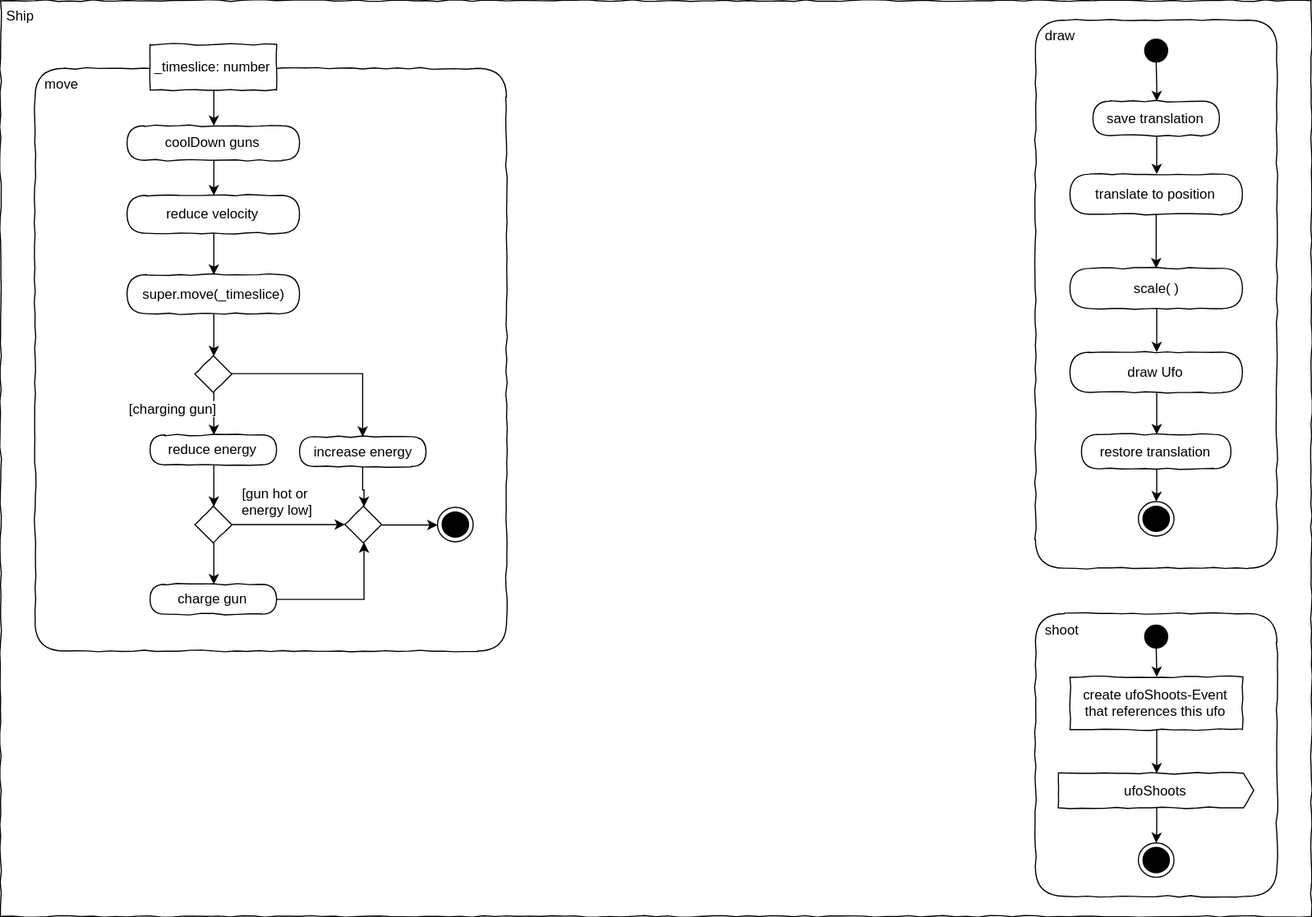
Earlier version of the draw.io export X01_Appendix/Code/L12_Addition/eiaSteroids/Documentation/Diagrams/Asteroids_ActivityDiagram-Ship.svg (JirkaDellOro/EIA2-Inverted). Source tidied: cells renumbered, new cells last; positions are measured from the earlier drawing's top-left corner, leaving out a move shared by most shapes.
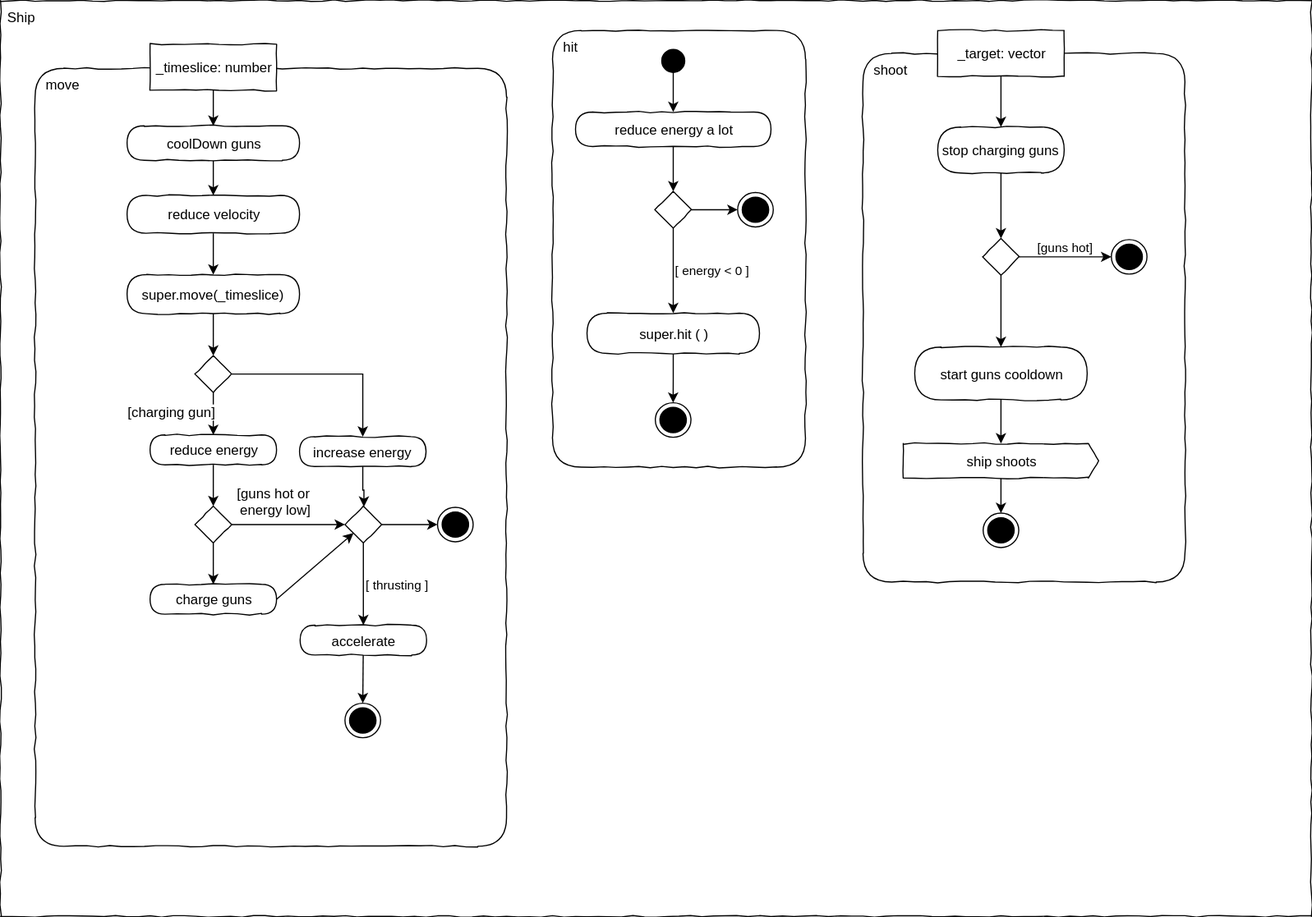
The same file after the commit.

Commit message:
finalized ship & ufo diagrams

Diff of the diagram source:
```diff
@@ -15,44 +15,23 @@
         <mxPoint x="950" y="556" as="sourcePoint" />
       </mxGeometry>
     </mxCell>
-    <mxCell id="5" value="&lt;div style=&quot;text-align: left&quot;&gt;&amp;nbsp; draw&lt;/div&gt;" style="rounded=1;whiteSpace=wrap;html=1;shadow=0;glass=0;comic=1;strokeColor=#000000;labelPosition=center;verticalLabelPosition=middle;align=left;verticalAlign=top;absoluteArcSize=1;arcSize=50;" parent="1" vertex="1">
-      <mxGeometry x="900" y="17" width="210" height="477" as="geometry" />
+    <mxCell id="5" value="&lt;div style=&quot;text-align: left&quot;&gt;&amp;nbsp; hit&lt;/div&gt;" style="rounded=1;whiteSpace=wrap;html=1;shadow=0;glass=0;comic=1;strokeColor=#000000;labelPosition=center;verticalLabelPosition=middle;align=left;verticalAlign=top;absoluteArcSize=1;arcSize=50;" parent="1" vertex="1">
+      <mxGeometry x="480" y="26" width="220" height="380" as="geometry" />
     </mxCell>
-    <mxCell id="6" style="edgeStyle=orthogonalEdgeStyle;rounded=0;jettySize=auto;html=1;" parent="1" edge="1" source="13" target="7">
-      <mxGeometry relative="1" as="geometry" />
-    </mxCell>
-    <mxCell id="7" value="translate to position" style="rounded=1;whiteSpace=wrap;html=1;absoluteArcSize=1;arcSize=50;strokeWidth=1;shadow=0;comic=1;" parent="1" vertex="1">
-      <mxGeometry x="930" y="151" width="150" height="35" as="geometry" />
-    </mxCell>
-    <mxCell id="8" style="ellipse;html=1;shape=endState;fillColor=#000000;strokeColor=#000000;comic=1;" parent="1" vertex="1">
-      <mxGeometry x="989.5" y="436" width="31" height="30" as="geometry" />
-    </mxCell>
-    <mxCell id="9" style="edgeStyle=orthogonalEdgeStyle;rounded=0;jettySize=auto;html=1;" parent="1" edge="1" source="15" target="8">
-      <mxGeometry relative="1" as="geometry" />
-    </mxCell>
-    <mxCell id="10" value="draw Ufo" style="rounded=1;whiteSpace=wrap;html=1;absoluteArcSize=1;arcSize=50;strokeWidth=1;shadow=0;comic=1;" parent="1" vertex="1">
-      <mxGeometry x="930" y="306" width="150" height="35" as="geometry" />
-    </mxCell>
-    <mxCell id="11" style="edgeStyle=orthogonalEdgeStyle;rounded=0;jettySize=auto;html=1;" parent="1" edge="1" source="38" target="10">
+    <mxCell id="11" style="edgeStyle=orthogonalEdgeStyle;rounded=0;jettySize=auto;html=1;" parent="1" edge="1" source="38" target="61">
       <mxGeometry relative="1" as="geometry" />
     </mxCell>
     <mxCell id="12" style="ellipse;whiteSpace=wrap;html=1;rounded=0;shadow=0;comic=0;labelBackgroundColor=none;strokeColor=#000000;strokeWidth=1;fillColor=#000000;fontFamily=Verdana;fontSize=12;fontColor=#000000;align=center;comic=1;" parent="1" vertex="1">
-      <mxGeometry x="995" y="33.5" width="20" height="20" as="geometry" />
+      <mxGeometry x="575" y="42.5" width="20" height="20" as="geometry" />
     </mxCell>
-    <mxCell id="13" value="save translation" style="rounded=1;whiteSpace=wrap;html=1;absoluteArcSize=1;arcSize=50;strokeWidth=1;shadow=0;comic=1;" parent="1" vertex="1">
-      <mxGeometry x="950" y="87.5" width="110" height="30" as="geometry" />
+    <mxCell id="13" value="reduce energy a lot" style="rounded=1;whiteSpace=wrap;html=1;absoluteArcSize=1;arcSize=50;strokeWidth=1;shadow=0;comic=1;" parent="1" vertex="1">
+      <mxGeometry x="500" y="97" width="170" height="30" as="geometry" />
     </mxCell>
     <mxCell id="14" style="edgeStyle=orthogonalEdgeStyle;rounded=0;jettySize=auto;html=1;" parent="1" edge="1" source="12" target="13">
       <mxGeometry relative="1" as="geometry" />
     </mxCell>
-    <mxCell id="15" value="restore translation" style="rounded=1;whiteSpace=wrap;html=1;absoluteArcSize=1;arcSize=50;strokeWidth=1;shadow=0;comic=1;" parent="1" vertex="1">
-      <mxGeometry x="940" y="377.5" width="130" height="30" as="geometry" />
-    </mxCell>
-    <mxCell id="16" style="edgeStyle=orthogonalEdgeStyle;rounded=0;jettySize=auto;html=1;" parent="1" edge="1" source="10" target="15">
-      <mxGeometry relative="1" as="geometry" />
-    </mxCell>
     <mxCell id="17" value="&lt;div style=&quot;text-align: left&quot;&gt;&amp;nbsp; move&lt;/div&gt;" style="rounded=1;whiteSpace=wrap;html=1;shadow=0;glass=0;comic=1;strokeColor=#000000;labelPosition=center;verticalLabelPosition=middle;align=left;verticalAlign=top;absoluteArcSize=1;arcSize=50;" parent="1" vertex="1">
-      <mxGeometry x="30" y="59" width="410" height="507" as="geometry" />
+      <mxGeometry x="30" y="59" width="410" height="677" as="geometry" />
     </mxCell>
     <mxCell id="18" style="edgeStyle=orthogonalEdgeStyle;rounded=0;jettySize=auto;html=1;" parent="1" edge="1" source="22" target="19">
       <mxGeometry relative="1" as="geometry" />
@@ -76,25 +55,22 @@
       <mxGeometry x="130" y="38" width="110" height="40" as="geometry" />
     </mxCell>
     <mxCell id="25" value="&lt;div style=&quot;text-align: left&quot;&gt;&amp;nbsp; shoot&lt;/div&gt;" style="rounded=1;whiteSpace=wrap;html=1;shadow=0;glass=0;comic=1;strokeColor=#000000;labelPosition=center;verticalLabelPosition=middle;align=left;verticalAlign=top;absoluteArcSize=1;arcSize=50;" parent="1" vertex="1">
-      <mxGeometry x="900" y="533.5" width="210" height="246" as="geometry" />
+      <mxGeometry x="750" y="46" width="280" height="460" as="geometry" />
     </mxCell>
-    <mxCell id="26" value="create ufoShoots-Event that references this ufo" style="rounded=0;whiteSpace=wrap;html=1;comic=1;shadow=0;fontFamily=Helvetica;fontSize=12;fontColor=#000000;align=center;strokeColor=#000000;strokeWidth=1;fillColor=#ffffff;" parent="1" vertex="1">
-      <mxGeometry x="930" y="588.5" width="150" height="46" as="geometry" />
+    <mxCell id="26" value="start guns cooldown" style="rounded=1;whiteSpace=wrap;html=1;absoluteArcSize=1;arcSize=50;strokeWidth=1;shadow=0;comic=1;fontFamily=Helvetica;fontSize=12;fontColor=#000000;align=center;strokeColor=#000000;fillColor=#ffffff;" parent="1" vertex="1">
+      <mxGeometry x="795" y="301.5" width="150" height="46" as="geometry" />
     </mxCell>
     <mxCell id="27" style="ellipse;html=1;shape=endState;fillColor=#000000;strokeColor=#000000;comic=1;" parent="1" vertex="1">
-      <mxGeometry x="989.5" y="733" width="31" height="30" as="geometry" />
+      <mxGeometry x="854.5" y="446" width="31" height="30" as="geometry" />
     </mxCell>
     <mxCell id="28" style="edgeStyle=orthogonalEdgeStyle;rounded=0;jettySize=auto;html=1;" parent="1" edge="1" source="31" target="27">
       <mxGeometry relative="1" as="geometry" />
     </mxCell>
-    <mxCell id="29" style="edgeStyle=orthogonalEdgeStyle;rounded=0;jettySize=auto;html=1;" parent="1" edge="1" source="30" target="26">
+    <mxCell id="29" style="edgeStyle=orthogonalEdgeStyle;rounded=0;jettySize=auto;html=1;" parent="1" edge="1" source="63" target="26">
       <mxGeometry relative="1" as="geometry" />
     </mxCell>
-    <mxCell id="30" style="ellipse;whiteSpace=wrap;html=1;rounded=0;shadow=0;comic=0;labelBackgroundColor=none;strokeColor=#000000;strokeWidth=1;fillColor=#000000;fontFamily=Verdana;fontSize=12;fontColor=#000000;align=center;comic=1;" parent="1" vertex="1">
-      <mxGeometry x="995" y="543.5" width="20" height="20" as="geometry" />
-    </mxCell>
-    <mxCell id="31" value="ufoShoots" style="html=1;shape=mxgraph.sysml.sendSigAct;strokeWidth=1;whiteSpace=wrap;align=center;shadow=0;comic=1;fontFamily=Helvetica;fontSize=12;fontColor=#000000;strokeColor=#000000;fillColor=#ffffff;" parent="1" vertex="1">
-      <mxGeometry x="920" y="672.5" width="170" height="30" as="geometry" />
+    <mxCell id="31" value="ship shoots" style="html=1;shape=mxgraph.sysml.sendSigAct;strokeWidth=1;whiteSpace=wrap;align=center;shadow=0;comic=1;fontFamily=Helvetica;fontSize=12;fontColor=#000000;strokeColor=#000000;fillColor=#ffffff;" parent="1" vertex="1">
+      <mxGeometry x="785" y="385.5" width="170" height="30" as="geometry" />
     </mxCell>
     <mxCell id="32" style="edgeStyle=orthogonalEdgeStyle;rounded=0;jettySize=auto;html=1;" parent="1" edge="1" source="26" target="31">
       <mxGeometry relative="1" as="geometry" />
@@ -114,11 +90,13 @@
     <mxCell id="37" style="edgeStyle=orthogonalEdgeStyle;rounded=0;jettySize=auto;html=1;" parent="1" edge="1" source="19" target="35">
       <mxGeometry relative="1" as="geometry" />
     </mxCell>
-    <mxCell id="38" value="scale( )" style="rounded=1;whiteSpace=wrap;html=1;absoluteArcSize=1;arcSize=50;strokeWidth=1;shadow=0;comic=1;" parent="1" vertex="1">
-      <mxGeometry x="930" y="233" width="150" height="35" as="geometry" />
+    <mxCell id="38" value="super.hit ( )" style="rounded=1;whiteSpace=wrap;html=1;absoluteArcSize=1;arcSize=50;strokeWidth=1;shadow=0;comic=1;" parent="1" vertex="1">
+      <mxGeometry x="510" y="272" width="150" height="35" as="geometry" />
     </mxCell>
-    <mxCell id="39" style="edgeStyle=orthogonalEdgeStyle;rounded=0;jettySize=auto;html=1;" parent="1" edge="1" source="7" target="38">
-      <mxGeometry relative="1" as="geometry" />
+    <mxCell id="39" value="[ energy &amp;lt; 0 ]" style="edgeStyle=orthogonalEdgeStyle;rounded=0;jettySize=auto;html=1;labelPosition=right;verticalLabelPosition=middle;align=left;verticalAlign=middle;" parent="1" edge="1" target="38">
+      <mxGeometry relative="1" as="geometry">
+        <mxPoint x="585" y="195" as="sourcePoint" />
+      </mxGeometry>
     </mxCell>
     <mxCell id="40" style="rhombus;whiteSpace=wrap;html=1;rounded=0;shadow=0;glass=0;comic=1;strokeColor=#000000;align=left;" parent="1" vertex="1">
       <mxGeometry x="169" y="309" width="32" height="32" as="geometry" />
@@ -129,9 +107,9 @@
     <mxCell id="42" style="edgeStyle=orthogonalEdgeStyle;rounded=0;jettySize=auto;html=1;" parent="1" edge="1" source="45" target="49">
       <mxGeometry relative="1" as="geometry" />
     </mxCell>
-    <mxCell id="43" value="[gun hot or&amp;nbsp;&lt;br&gt;energy low]" style="text;html=1;align=center;verticalAlign=bottom;labelBackgroundColor=#ffffff;" parent="42" vertex="1">
+    <mxCell id="43" value="[guns hot or&amp;nbsp;&lt;br&gt;energy low]" style="text;html=1;align=center;verticalAlign=bottom;labelBackgroundColor=#ffffff;" parent="42" vertex="1">
       <mxGeometry x="-0.33" y="-1" relative="1" as="geometry">
-        <mxPoint x="5.5" y="-6" as="offset" />
+        <mxPoint x="4.5" y="-6" as="offset" />
       </mxGeometry>
     </mxCell>
     <mxCell id="44" style="edgeStyle=orthogonalEdgeStyle;rounded=0;jettySize=auto;html=1;" parent="1" edge="1" source="45" target="52">
@@ -149,17 +127,65 @@
     <mxCell id="48" style="edgeStyle=orthogonalEdgeStyle;rounded=0;jettySize=auto;html=1;" parent="1" edge="1" source="49" target="20">
       <mxGeometry relative="1" as="geometry" />
     </mxCell>
+    <mxCell id="53" value="[ thrusting ]" style="edgeStyle=none;rounded=0;jettySize=auto;html=1;labelPosition=right;verticalLabelPosition=middle;align=left;verticalAlign=middle;" parent="1" edge="1" source="49" target="55">
+      <mxGeometry relative="1" as="geometry" />
+    </mxCell>
     <mxCell id="49" style="rhombus;whiteSpace=wrap;html=1;rounded=0;shadow=0;glass=0;comic=1;strokeColor=#000000;align=left;" parent="1" vertex="1">
       <mxGeometry x="299.5" y="440" width="32" height="32" as="geometry" />
     </mxCell>
     <mxCell id="50" style="edgeStyle=orthogonalEdgeStyle;rounded=0;jettySize=auto;html=1;" parent="1" edge="1" source="47" target="49">
       <mxGeometry relative="1" as="geometry" />
     </mxCell>
-    <mxCell id="51" style="edgeStyle=orthogonalEdgeStyle;rounded=0;jettySize=auto;html=1;" parent="1" edge="1" source="52" target="49">
+    <mxCell id="51" style="rounded=0;jettySize=auto;html=1;exitX=1;exitY=0.5;exitDx=0;exitDy=0;" parent="1" edge="1" source="52" target="49">
       <mxGeometry relative="1" as="geometry" />
     </mxCell>
-    <mxCell id="52" value="charge gun" style="rounded=1;whiteSpace=wrap;html=1;absoluteArcSize=1;arcSize=50;strokeWidth=1;shadow=0;comic=1;" parent="1" vertex="1">
+    <mxCell id="52" value="charge guns" style="rounded=1;whiteSpace=wrap;html=1;absoluteArcSize=1;arcSize=50;strokeWidth=1;shadow=0;comic=1;" parent="1" vertex="1">
       <mxGeometry x="130" y="508" width="110" height="26" as="geometry" />
     </mxCell>
+    <mxCell id="54" style="edgeStyle=none;rounded=0;jettySize=auto;html=1;" parent="1" edge="1" source="55" target="56">
+      <mxGeometry relative="1" as="geometry" />
+    </mxCell>
+    <mxCell id="55" value="accelerate" style="rounded=1;whiteSpace=wrap;html=1;absoluteArcSize=1;arcSize=50;strokeWidth=1;shadow=0;comic=1;" parent="1" vertex="1">
+      <mxGeometry x="260.5" y="543.5" width="110" height="26" as="geometry" />
+    </mxCell>
+    <mxCell id="56" style="ellipse;html=1;shape=endState;fillColor=#000000;strokeColor=#000000;comic=1;" parent="1" vertex="1">
+      <mxGeometry x="299.5" y="611.5" width="31" height="30" as="geometry" />
+    </mxCell>
+    <mxCell id="57" style="rhombus;whiteSpace=wrap;html=1;rounded=0;shadow=0;glass=0;comic=1;strokeColor=#000000;align=left;" parent="1" vertex="1">
+      <mxGeometry x="569" y="166" width="32" height="32" as="geometry" />
+    </mxCell>
+    <mxCell id="58" style="edgeStyle=orthogonalEdgeStyle;rounded=0;jettySize=auto;html=1;" parent="1" edge="1" source="13" target="57">
+      <mxGeometry relative="1" as="geometry" />
+    </mxCell>
+    <mxCell id="59" style="ellipse;html=1;shape=endState;fillColor=#000000;strokeColor=#000000;comic=1;" parent="1" vertex="1">
+      <mxGeometry x="641" y="167" width="31" height="30" as="geometry" />
+    </mxCell>
+    <mxCell id="60" style="edgeStyle=none;rounded=0;jettySize=auto;html=1;" parent="1" edge="1" source="57" target="59">
+      <mxGeometry relative="1" as="geometry" />
+    </mxCell>
+    <mxCell id="61" style="ellipse;html=1;shape=endState;fillColor=#000000;strokeColor=#000000;comic=1;" parent="1" vertex="1">
+      <mxGeometry x="569.4" y="350" width="31" height="30" as="geometry" />
+    </mxCell>
+    <mxCell id="62" value="&lt;div style=&quot;text-align: left&quot;&gt;_target: vector&lt;/div&gt;" style="rounded=0;whiteSpace=wrap;html=1;comic=1;" parent="1" vertex="1">
+      <mxGeometry x="815" y="26" width="110" height="40" as="geometry" />
+    </mxCell>
+    <mxCell id="63" style="rhombus;whiteSpace=wrap;html=1;rounded=0;shadow=0;glass=0;comic=1;strokeColor=#000000;align=left;" parent="1" vertex="1">
+      <mxGeometry x="854" y="207" width="32" height="32" as="geometry" />
+    </mxCell>
+    <mxCell id="64" style="edgeStyle=none;rounded=0;jettySize=auto;html=1;" parent="1" edge="1" source="67" target="63">
+      <mxGeometry relative="1" as="geometry" />
+    </mxCell>
+    <mxCell id="65" style="ellipse;html=1;shape=endState;fillColor=#000000;strokeColor=#000000;comic=1;" parent="1" vertex="1">
+      <mxGeometry x="966" y="208" width="31" height="30" as="geometry" />
+    </mxCell>
+    <mxCell id="66" value="[guns hot]" style="edgeStyle=none;rounded=0;jettySize=auto;html=1;verticalAlign=bottom;" parent="1" edge="1" source="63" target="65">
+      <mxGeometry relative="1" as="geometry" />
+    </mxCell>
+    <mxCell id="67" value="stop charging guns" style="rounded=1;whiteSpace=wrap;html=1;absoluteArcSize=1;arcSize=50;strokeWidth=1;shadow=0;comic=1;" parent="1" vertex="1">
+      <mxGeometry x="815" y="110" width="110" height="40" as="geometry" />
+    </mxCell>
+    <mxCell id="68" style="edgeStyle=none;rounded=0;jettySize=auto;html=1;" parent="1" edge="1" source="62" target="67">
+      <mxGeometry relative="1" as="geometry" />
+    </mxCell>
   </root>
 </mxGraphModel>
```
